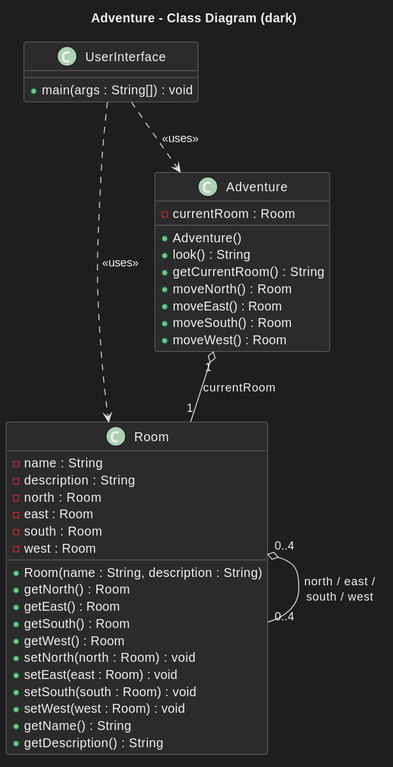
Before: docs/class-diagram-dark.svg, a diagram exported from PlantUML (mwnDK1402/Adventure).
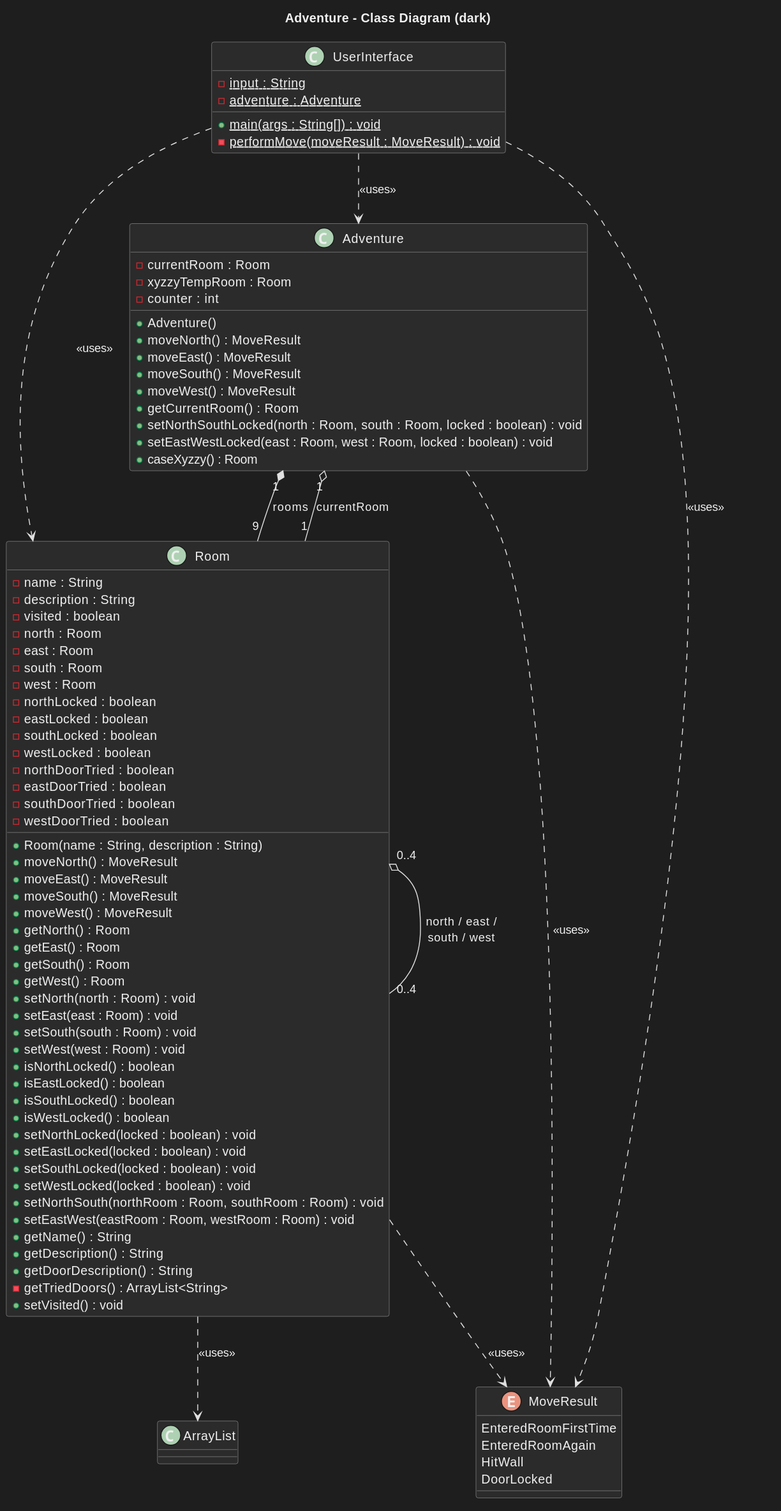
Later version of the same file.

Commit message:
Update class diagrams for Day 2 changes

What changed in the source:
```diff
@@ -10,6 +10,10 @@
     ClassAttributeFontColor #C8C8C8
     ClassAttributeIconColor #F0F0F0
     ClassStereotypeFontColor #C8C8C8
+    EnumBackgroundColor #2B2B2B
+    EnumBorderColor #8A8A8A
+    EnumFontColor #F0F0F0
+    EnumTitleFontColor #F0F0F0
     TitleFontColor #F0F0F0
     DefaultFontColor #F0F0F0
 }
@@ -17,11 +21,24 @@
 class Room {
     - name : String
     - description : String
+    - visited : boolean
     - north : Room
     - east : Room
     - south : Room
     - west : Room
+    - northLocked : boolean
+    - eastLocked : boolean
+    - southLocked : boolean
+    - westLocked : boolean
+    - northDoorTried : boolean
+    - eastDoorTried : boolean
+    - southDoorTried : boolean
+    - westDoorTried : boolean
     + Room(name : String, description : String)
+    + moveNorth() : MoveResult
+    + moveEast() : MoveResult
+    + moveSouth() : MoveResult
+    + moveWest() : MoveResult
     + getNorth() : Room
     + getEast() : Room
     + getSouth() : Room
@@ -30,27 +47,59 @@
     + setEast(east : Room) : void
     + setSouth(south : Room) : void
     + setWest(west : Room) : void
+    + isNorthLocked() : boolean
+    + isEastLocked() : boolean
+    + isSouthLocked() : boolean
+    + isWestLocked() : boolean
+    + setNorthLocked(locked : boolean) : void
+    + setEastLocked(locked : boolean) : void
+    + setSouthLocked(locked : boolean) : void
+    + setWestLocked(locked : boolean) : void
+    + setNorthSouth(northRoom : Room, southRoom : Room) : void
+    + setEastWest(eastRoom : Room, westRoom : Room) : void
     + getName() : String
     + getDescription() : String
+    + getDoorDescription() : String
+    - getTriedDoors() : ArrayList<String>
+    + setVisited() : void
+}
+
+enum MoveResult {
+    EnteredRoomFirstTime
+    EnteredRoomAgain
+    HitWall
+    DoorLocked
 }
 
 class Adventure {
     - currentRoom : Room
+    - xyzzyTempRoom : Room
+    - counter : int
     + Adventure()
-    + look() : String
-    + getCurrentRoom() : String
-    + moveNorth() : Room
-    + moveEast() : Room
-    + moveSouth() : Room
-    + moveWest() : Room
+    + moveNorth() : MoveResult
+    + moveEast() : MoveResult
+    + moveSouth() : MoveResult
+    + moveWest() : MoveResult
+    + getCurrentRoom() : Room
+    + setNorthSouthLocked(north : Room, south : Room, locked : boolean) : void
+    + setEastWestLocked(east : Room, west : Room, locked : boolean) : void
+    + caseXyzzy() : Room
 }
 
 class UserInterface {
-    + main(args : String[]) : void
+    - {static} input : String
+    - {static} adventure : Adventure
+    + {static} main(args : String[]) : void
+    - {static} performMove(moveResult : MoveResult) : void
 }
 
 Adventure "1" o-- "1" Room : currentRoom
+Adventure "1" *-- "9" Room : rooms
 Room "0..4" o-- "0..4" Room : north / east /\nsouth / west
+Room ..> MoveResult : <<uses>>
+Adventure ..> MoveResult : <<uses>>
+Room ..> ArrayList : <<uses>>
 UserInterface ..> Adventure : <<uses>>
 UserInterface ..> Room : <<uses>>
+UserInterface ..> MoveResult : <<uses>>
 @enduml
```
